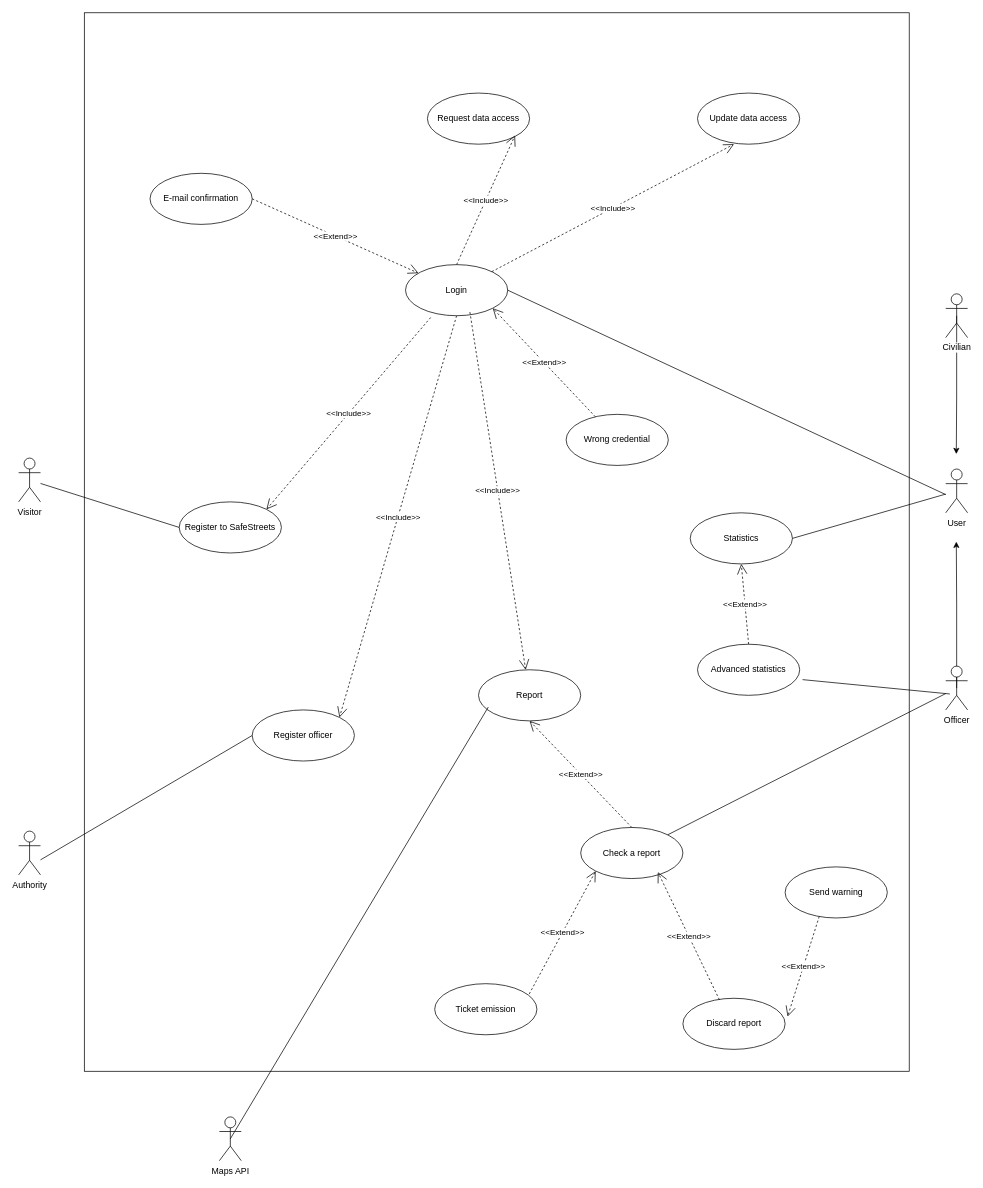
The draw.io diagram RASD/Images/UseCaseDiagram.drawio in marcuz1996/Software-Engineering-Project, before the edit. Source tidied: cells renumbered, new cells numbered last; positions are measured from the earlier drawing's top-left corner, leaving out a move shared by most shapes. Both pictures are drawn from the tidied source at 73%, with x=0, y=0 at pixel (18, 12).
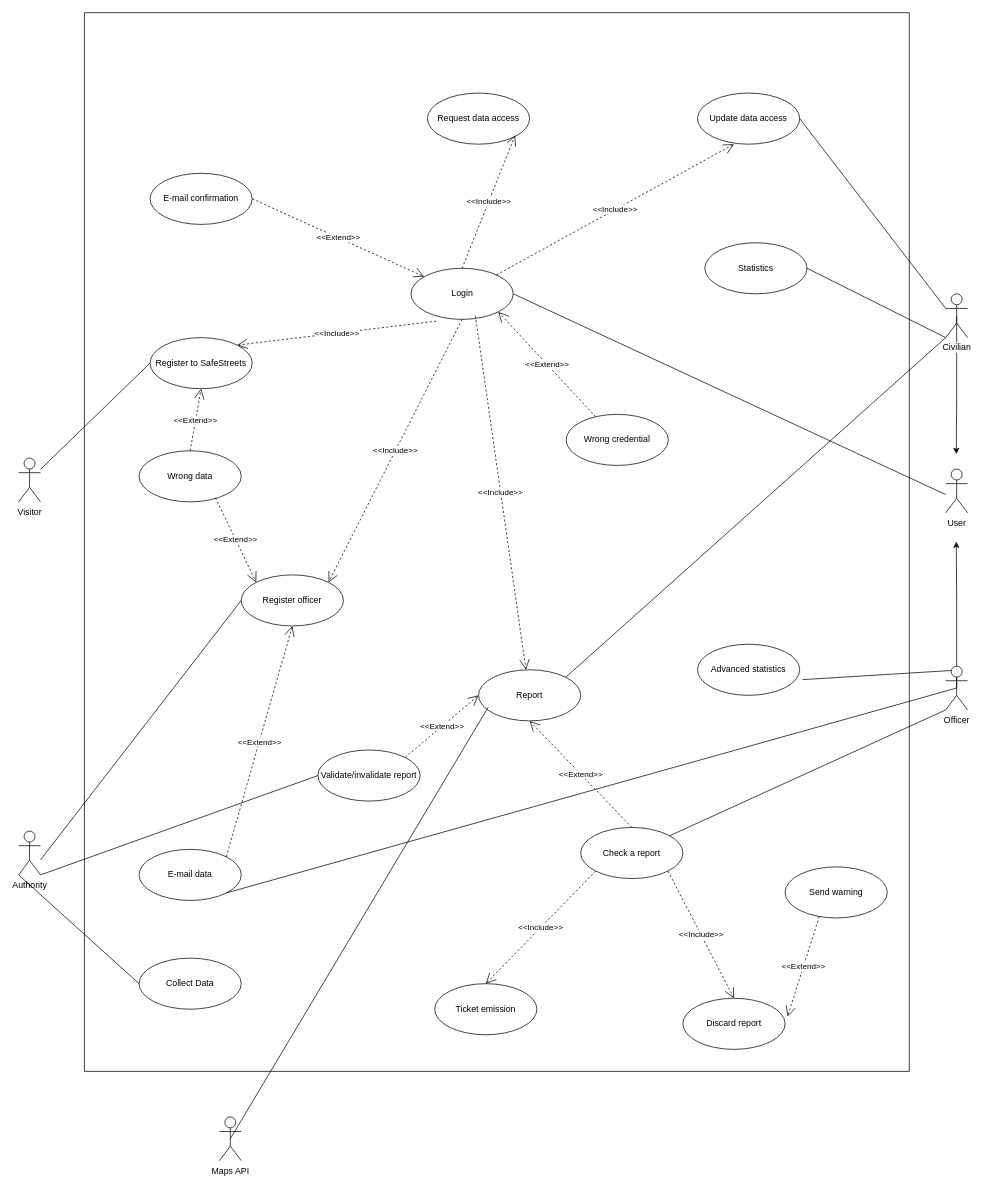
The same page after the edit.

Commit message (it also covers changes not shown here):
Use case diagram added

The change refers to these unchanged cells:
```xml
<mxCell id="5" value="Authority&lt;br&gt;" style="shape=umlActor;verticalLabelPosition=bottom;labelBackgroundColor=#ffffff;verticalAlign=top;html=1;" parent="1" vertex="1">
  <mxGeometry y="1121" width="30" height="60" as="geometry" />
</mxCell>
<mxCell id="16" value="User&lt;br&gt;" style="shape=umlActor;verticalLabelPosition=bottom;labelBackgroundColor=#ffffff;verticalAlign=top;html=1;" parent="1" vertex="1">
  <mxGeometry x="1270" y="625" width="30" height="60" as="geometry" />
</mxCell>
<mxCell id="18" value="Officer" style="shape=umlActor;verticalLabelPosition=bottom;labelBackgroundColor=#ffffff;verticalAlign=top;html=1;" parent="1" vertex="1">
  <mxGeometry x="1270" y="895" width="30" height="60" as="geometry" />
</mxCell>
<mxCell id="20" value="Civilian" style="shape=umlActor;verticalLabelPosition=bottom;labelBackgroundColor=#ffffff;verticalAlign=top;html=1;" parent="1" vertex="1">
  <mxGeometry x="1270" y="385" width="30" height="60" as="geometry" />
</mxCell>
<mxCell id="22" value="Report" style="ellipse;whiteSpace=wrap;html=1;" parent="1" vertex="1">
  <mxGeometry x="630" y="900" width="140" height="70" as="geometry" />
</mxCell>
<mxCell id="23" value="Check a report" style="ellipse;whiteSpace=wrap;html=1;" parent="1" vertex="1">
  <mxGeometry x="770" y="1116" width="140" height="70" as="geometry" />
</mxCell>
<mxCell id="24" value="Ticket emission" style="ellipse;whiteSpace=wrap;html=1;" parent="1" vertex="1">
  <mxGeometry x="570" y="1330" width="140" height="70" as="geometry" />
</mxCell>
<mxCell id="28" value="Discard report" style="ellipse;whiteSpace=wrap;html=1;" parent="1" vertex="1">
  <mxGeometry x="910" y="1350" width="140" height="70" as="geometry" />
</mxCell>
<mxCell id="32" value="Update data access" style="ellipse;whiteSpace=wrap;html=1;" parent="1" vertex="1">
  <mxGeometry x="930" y="110" width="140" height="70" as="geometry" />
</mxCell>
<mxCell id="38" value="Advanced statistics" style="ellipse;whiteSpace=wrap;html=1;" parent="1" vertex="1">
  <mxGeometry x="930" y="865" width="140" height="70" as="geometry" />
</mxCell>
```

Diff of the diagram source:
```diff
@@
     <mxCell id="4" value="Register to SafeStreets" style="ellipse;whiteSpace=wrap;html=1;" parent="1" vertex="1">
-      <mxGeometry x="220" y="670" width="140" height="70" as="geometry" />
+      <mxGeometry x="180" y="445" width="140" height="70" as="geometry" />
     </mxCell>
@@
     <mxCell id="6" value="Register officer" style="ellipse;whiteSpace=wrap;html=1;" parent="1" vertex="1">
-      <mxGeometry x="320" y="955" width="140" height="70" as="geometry" />
+      <mxGeometry x="305" y="770" width="140" height="70" as="geometry" />
     </mxCell>
     <mxCell id="7" value="Login" style="ellipse;whiteSpace=wrap;html=1;" parent="1" vertex="1">
-      <mxGeometry x="530" y="345" width="140" height="70" as="geometry" />
+      <mxGeometry x="537.5" y="350" width="140" height="70" as="geometry" />
     </mxCell>
@@
-    <mxCell id="27" value="&amp;lt;&amp;lt;Extend&amp;gt;&amp;gt;" style="endArrow=open;endSize=12;dashed=1;html=1;exitX=1;exitY=0.5;exitDx=0;exitDy=0;entryX=0;entryY=1;entryDx=0;entryDy=0;" parent="1" edge="1" target="23">
-      <mxGeometry relative="1" as="geometry">
-        <mxPoint x="699.5" y="1344.1" as="sourcePoint" />
-      </mxGeometry>
-    </mxCell>
@@
-    <mxCell id="29" value="&amp;lt;&amp;lt;Extend&amp;gt;&amp;gt;" style="endArrow=open;endSize=12;dashed=1;html=1;exitX=1;exitY=0.5;exitDx=0;exitDy=0;entryX=0.755;entryY=0.873;entryDx=0;entryDy=0;entryPerimeter=0;" parent="1" edge="1" target="23">
-      <mxGeometry relative="1" as="geometry">
-        <mxPoint x="960" y="1352.1" as="sourcePoint" />
-      </mxGeometry>
-    </mxCell>
@@
-    <mxCell id="34" style="endArrow=none;html=1;" parent="1" edge="1" source="23" target="18">
+    <mxCell id="34" style="endArrow=none;html=1;entryX=0;entryY=1;entryDx=0;entryDy=0;entryPerimeter=0;" parent="1" edge="1" source="23" target="18">
       <mxGeometry relative="1" as="geometry" />
     </mxCell>
@@
     <mxCell id="37" value="Statistics" style="ellipse;whiteSpace=wrap;html=1;" parent="1" vertex="1">
-      <mxGeometry x="920" y="685" width="140" height="70" as="geometry" />
+      <mxGeometry x="940" y="315" width="140" height="70" as="geometry" />
     </mxCell>
@@
-    <mxCell id="39" value="&amp;lt;&amp;lt;Extend&amp;gt;&amp;gt;" style="endArrow=open;endSize=12;dashed=1;html=1;entryX=0.5;entryY=1;entryDx=0;entryDy=0;exitX=0.5;exitY=0;exitDx=0;exitDy=0;" parent="1" edge="1" source="38" target="37">
-      <mxGeometry relative="1" as="geometry" />
-    </mxCell>
-    <mxCell id="40" style="endArrow=none;html=1;exitX=1;exitY=0.5;exitDx=0;exitDy=0;" parent="1" edge="1" source="37" target="16">
+    <mxCell id="40" style="endArrow=none;html=1;exitX=1;exitY=0.5;exitDx=0;exitDy=0;entryX=0;entryY=1;entryDx=0;entryDy=0;entryPerimeter=0;" parent="1" edge="1" source="37" target="20">
       <mxGeometry relative="1" as="geometry" />
     </mxCell>
-    <mxCell id="41" style="endArrow=none;html=1;entryX=0.188;entryY=0.636;entryDx=0;entryDy=0;entryPerimeter=0;exitX=1.028;exitY=0.693;exitDx=0;exitDy=0;exitPerimeter=0;" parent="1" edge="1" source="38" target="18">
+    <mxCell id="41" style="endArrow=none;html=1;entryX=0.25;entryY=0.1;entryDx=0;entryDy=0;entryPerimeter=0;exitX=1.028;exitY=0.693;exitDx=0;exitDy=0;exitPerimeter=0;" parent="1" edge="1" source="38" target="18">
       <mxGeometry relative="1" as="geometry" />
     </mxCell>
@@
+    <mxCell id="44" value="E-mail data" style="ellipse;whiteSpace=wrap;html=1;" parent="1" vertex="1">
+      <mxGeometry x="165" y="1146" width="140" height="70" as="geometry" />
+    </mxCell>
+    <mxCell id="45" value="&amp;lt;&amp;lt;Extend&amp;gt;&amp;gt;" style="endArrow=open;endSize=12;dashed=1;html=1;exitX=1;exitY=0;exitDx=0;exitDy=0;entryX=0.5;entryY=1;entryDx=0;entryDy=0;" parent="1" edge="1" source="44" target="6">
+      <mxGeometry relative="1" as="geometry" />
+    </mxCell>
+    <mxCell id="46" style="endArrow=none;html=1;entryX=0.5;entryY=0.5;entryDx=0;entryDy=0;entryPerimeter=0;exitX=1;exitY=1;exitDx=0;exitDy=0;" parent="1" edge="1" source="44" target="18">
+      <mxGeometry relative="1" as="geometry" />
+    </mxCell>
+    <mxCell id="47" value="Wrong data" style="ellipse;whiteSpace=wrap;html=1;" parent="1" vertex="1">
+      <mxGeometry x="165" y="600" width="140" height="70" as="geometry" />
+    </mxCell>
+    <mxCell id="48" value="&amp;lt;&amp;lt;Extend&amp;gt;&amp;gt;" style="endArrow=open;endSize=12;dashed=1;html=1;exitX=0.5;exitY=0;exitDx=0;exitDy=0;entryX=0.5;entryY=1;entryDx=0;entryDy=0;" parent="1" edge="1" source="47" target="4">
+      <mxGeometry relative="1" as="geometry" />
+    </mxCell>
+    <mxCell id="49" value="&amp;lt;&amp;lt;Extend&amp;gt;&amp;gt;" style="endArrow=open;endSize=12;dashed=1;html=1;exitX=0.747;exitY=0.921;exitDx=0;exitDy=0;entryX=0;entryY=0;entryDx=0;entryDy=0;exitPerimeter=0;" parent="1" edge="1" source="47" target="6">
+      <mxGeometry relative="1" as="geometry" />
+    </mxCell>
+    <mxCell id="50" value="&amp;lt;&amp;lt;Include&amp;gt;&amp;gt;&lt;br&gt;" style="endArrow=open;endSize=12;dashed=1;html=1;exitX=1;exitY=1;exitDx=0;exitDy=0;entryX=0.5;entryY=0;entryDx=0;entryDy=0;" parent="1" edge="1" source="23" target="28">
+      <mxGeometry relative="1" as="geometry" />
+    </mxCell>
+    <mxCell id="51" value="&amp;lt;&amp;lt;Include&amp;gt;&amp;gt;&lt;br&gt;" style="endArrow=open;endSize=12;dashed=1;html=1;exitX=0;exitY=1;exitDx=0;exitDy=0;entryX=0.5;entryY=0;entryDx=0;entryDy=0;" parent="1" edge="1" source="23" target="24">
+      <mxGeometry relative="1" as="geometry" />
+    </mxCell>
+    <mxCell id="52" value="Validate/invalidate report" style="ellipse;whiteSpace=wrap;html=1;" parent="1" vertex="1">
+      <mxGeometry x="410" y="1009.9" width="140" height="70" as="geometry" />
+    </mxCell>
+    <mxCell id="53" value="&amp;lt;&amp;lt;Extend&amp;gt;&amp;gt;" style="endArrow=open;endSize=12;dashed=1;html=1;exitX=1;exitY=0;exitDx=0;exitDy=0;entryX=0;entryY=0.5;entryDx=0;entryDy=0;" parent="1" edge="1" source="52" target="22">
+      <mxGeometry relative="1" as="geometry" />
+    </mxCell>
+    <mxCell id="54" style="endArrow=none;html=1;entryX=0;entryY=0.5;entryDx=0;entryDy=0;exitX=1;exitY=1;exitDx=0;exitDy=0;exitPerimeter=0;" parent="1" edge="1" source="5" target="52">
+      <mxGeometry relative="1" as="geometry" />
+    </mxCell>
+    <mxCell id="55" value="Collect Data" style="ellipse;whiteSpace=wrap;html=1;" parent="1" vertex="1">
+      <mxGeometry x="165" y="1295" width="140" height="70" as="geometry" />
+    </mxCell>
+    <mxCell id="56" style="endArrow=none;html=1;entryX=0;entryY=0.5;entryDx=0;entryDy=0;exitX=0;exitY=1;exitDx=0;exitDy=0;exitPerimeter=0;" parent="1" edge="1" source="5" target="55">
+      <mxGeometry relative="1" as="geometry" />
+    </mxCell>
+    <mxCell id="57" style="endArrow=none;html=1;exitX=1;exitY=0.5;exitDx=0;exitDy=0;entryX=0;entryY=0.3333333333333333;entryDx=0;entryDy=0;entryPerimeter=0;" parent="1" edge="1" source="32" target="20">
+      <mxGeometry relative="1" as="geometry" />
+    </mxCell>
+    <mxCell id="58" style="endArrow=none;html=1;exitX=1;exitY=0;exitDx=0;exitDy=0;entryX=0;entryY=1;entryDx=0;entryDy=0;entryPerimeter=0;" parent="1" edge="1" source="22" target="20">
+      <mxGeometry relative="1" as="geometry" />
+    </mxCell>
```
